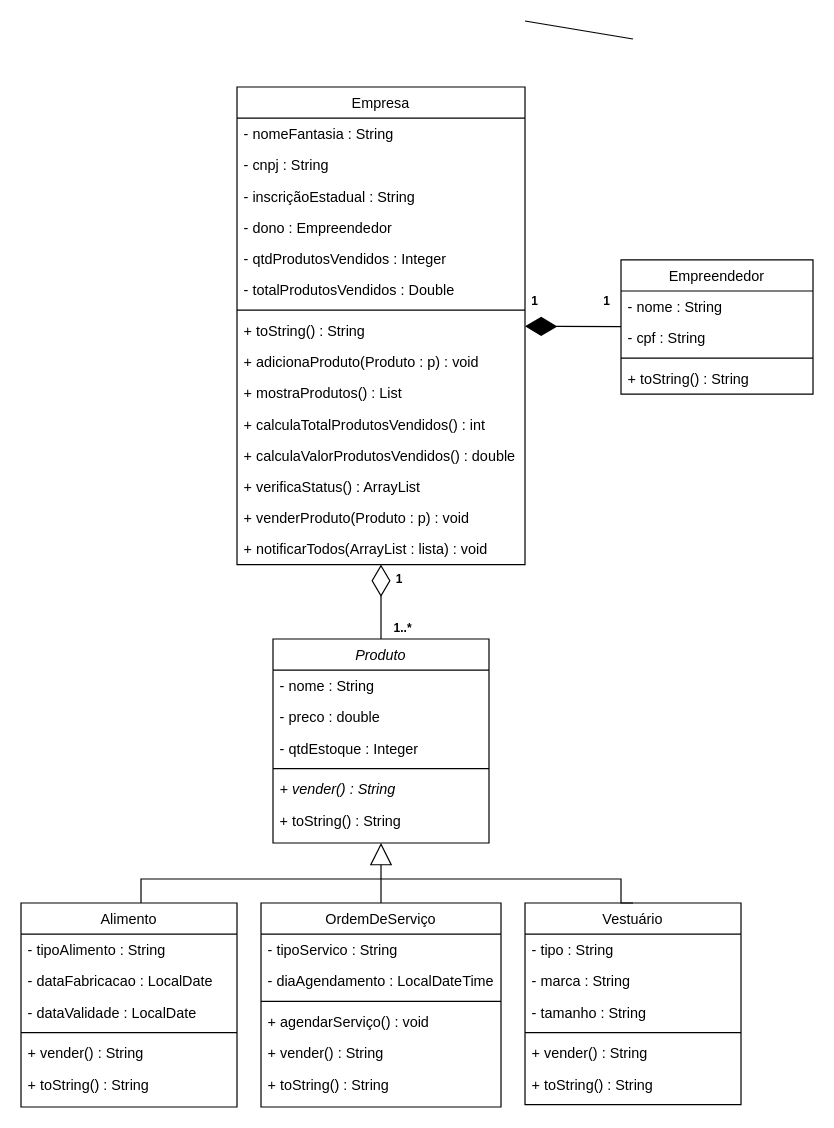
Earlier version of the draw.io diagram page "Cópia do UML" (2 of 2) of Diagramas/UML/UML_Sollute.drawio (ogabrielalves/Sollute). Source tidied: cells renumbered, new cells numbered last; positions are measured from the earlier drawing's top-left corner, leaving out a move shared by most shapes. Both pictures are drawn from the tidied source at 120%, with x=0, y=0 at pixel (20, 20).
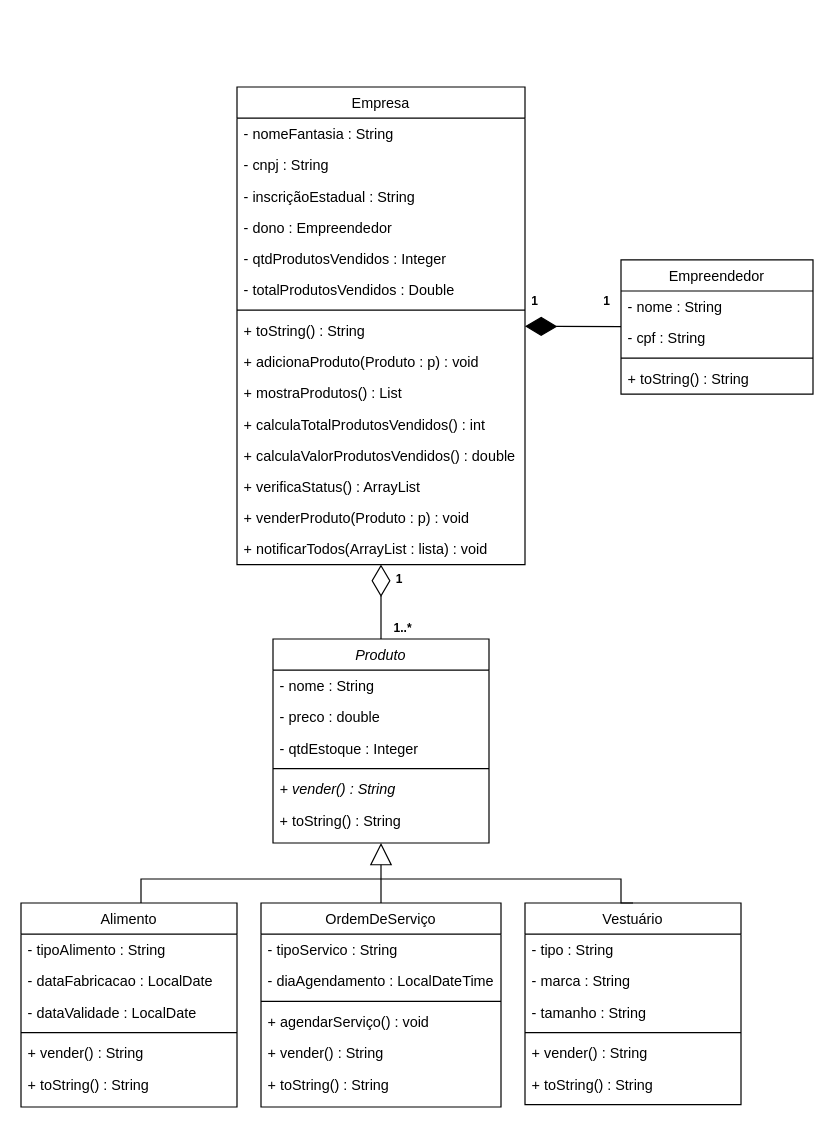
The same page after the edit.

The edit, as a diff of the source:
```diff
@@
-    <mxCell id="33" style="endArrow=none;html=1;rounded=0;" parent="1" edge="1">
-      <mxGeometry relative="1" as="geometry">
-        <mxPoint x="420" as="sourcePoint" />
-        <mxPoint x="510" y="15" as="targetPoint" />
-      </mxGeometry>
-    </mxCell>
```
